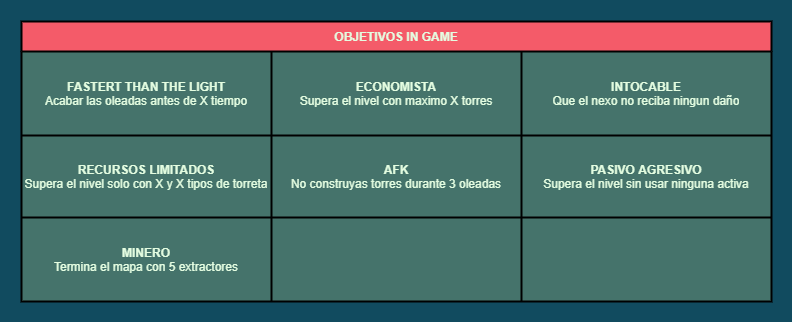
Before: Docs/Design Charts/Objectives.png, a diagram exported from draw.io (David-Goru/WeDoGames). Source tidied: cells renumbered, new cells last; positions are measured from the earlier drawing's top-left corner, leaving out a move shared by most shapes. Source of this version:
```xml
<mxGraphModel background="#114B5F">
  <root>
    <mxCell id="0" />
    <mxCell id="1" parent="0" />
    <mxCell id="2" value="OBJETIVOS IN GAME" style="shape=table;html=1;whiteSpace=wrap;startSize=30;fontStyle=1;align=center;rounded=0;sketch=0;fontColor=#E4FDE1;fillColor=#F45B69;swimlaneFillColor=#45736B;strokeWidth=2;" parent="1" vertex="1">
      <mxGeometry width="750" height="280" as="geometry" />
    </mxCell>
    <mxCell id="3" style="shape=partialRectangle;html=1;whiteSpace=wrap;fillColor=none;top=0;left=0;bottom=0;right=0;strokeColor=#028090;fontColor=#E4FDE1;" parent="2" vertex="1">
      <mxGeometry y="30" width="750" height="84" as="geometry" />
    </mxCell>
    <mxCell id="4" value="&lt;b&gt;FASTERT THAN THE LIGHT&lt;/b&gt;&lt;br&gt;Acabar las oleadas antes de X tiempo" style="shape=partialRectangle;html=1;whiteSpace=wrap;fillColor=none;top=0;left=0;bottom=0;right=0;overflow=hidden;strokeColor=#028090;fontColor=#E4FDE1;" parent="3" vertex="1">
      <mxGeometry width="250" height="84" as="geometry" />
    </mxCell>
    <mxCell id="5" value="&lt;b&gt;ECONOMISTA&lt;/b&gt;&lt;br&gt;Supera el nivel con maximo X torres" style="shape=partialRectangle;html=1;whiteSpace=wrap;fillColor=none;top=0;left=0;bottom=0;right=0;overflow=hidden;strokeColor=#028090;fontColor=#E4FDE1;" parent="3" vertex="1">
      <mxGeometry x="250" width="250" height="84" as="geometry" />
    </mxCell>
    <mxCell id="6" value="&lt;b&gt;INTOCABLE&lt;/b&gt;&lt;br&gt;Que el nexo no reciba ningun daño" style="shape=partialRectangle;html=1;whiteSpace=wrap;fillColor=none;top=0;left=0;bottom=0;right=0;overflow=hidden;strokeColor=#028090;fontColor=#E4FDE1;" parent="3" vertex="1">
      <mxGeometry x="500" width="250" height="84" as="geometry" />
    </mxCell>
    <mxCell id="7" style="shape=partialRectangle;html=1;whiteSpace=wrap;fillColor=none;top=0;left=0;bottom=0;right=0;strokeColor=#028090;fontColor=#E4FDE1;" parent="2" vertex="1">
      <mxGeometry y="114" width="750" height="82" as="geometry" />
    </mxCell>
    <mxCell id="8" value="&lt;b&gt;RECURSOS LIMITADOS&lt;/b&gt;&lt;br&gt;Supera el nivel solo con X y X tipos de torreta" style="shape=partialRectangle;html=1;whiteSpace=wrap;fillColor=none;top=0;left=0;bottom=0;right=0;overflow=hidden;strokeColor=#028090;fontColor=#E4FDE1;" parent="7" vertex="1">
      <mxGeometry width="250" height="82" as="geometry" />
    </mxCell>
    <mxCell id="9" value="&lt;b&gt;AFK&lt;br&gt;&lt;/b&gt;No construyas torres durante 3 oleadas" style="shape=partialRectangle;html=1;whiteSpace=wrap;fillColor=none;top=0;left=0;bottom=0;right=0;overflow=hidden;strokeColor=#028090;fontColor=#E4FDE1;" parent="7" vertex="1">
      <mxGeometry x="250" width="250" height="82" as="geometry" />
    </mxCell>
    <mxCell id="10" value="&lt;b&gt;PASIVO AGRESIVO&lt;/b&gt;&lt;br&gt;Supera el nivel sin usar ninguna activa" style="shape=partialRectangle;html=1;whiteSpace=wrap;fillColor=none;top=0;left=0;bottom=0;right=0;overflow=hidden;strokeColor=#028090;fontColor=#E4FDE1;" parent="7" vertex="1">
      <mxGeometry x="500" width="250" height="82" as="geometry" />
    </mxCell>
    <mxCell id="11" style="shape=partialRectangle;html=1;whiteSpace=wrap;fillColor=none;top=0;left=0;bottom=0;right=0;strokeColor=#028090;fontColor=#E4FDE1;" parent="2" vertex="1">
      <mxGeometry y="196" width="750" height="84" as="geometry" />
    </mxCell>
    <mxCell id="12" value="&lt;b&gt;MINERO&lt;/b&gt;&lt;br&gt;Termina el mapa con 5 extractores" style="shape=partialRectangle;html=1;whiteSpace=wrap;fillColor=none;top=0;left=0;bottom=0;right=0;overflow=hidden;strokeColor=#028090;fontColor=#E4FDE1;" parent="11" vertex="1">
      <mxGeometry width="250" height="84" as="geometry" />
    </mxCell>
    <mxCell id="13" style="shape=partialRectangle;html=1;whiteSpace=wrap;fillColor=none;top=0;left=0;bottom=0;right=0;overflow=hidden;strokeColor=#028090;fontColor=#E4FDE1;" parent="11" vertex="1">
      <mxGeometry x="250" width="250" height="84" as="geometry" />
    </mxCell>
    <mxCell id="14" style="shape=partialRectangle;html=1;whiteSpace=wrap;fillColor=none;top=0;left=0;bottom=0;right=0;overflow=hidden;strokeColor=#028090;fontColor=#E4FDE1;" parent="11" vertex="1">
      <mxGeometry x="500" width="250" height="84" as="geometry" />
    </mxCell>
  </root>
</mxGraphModel>
```
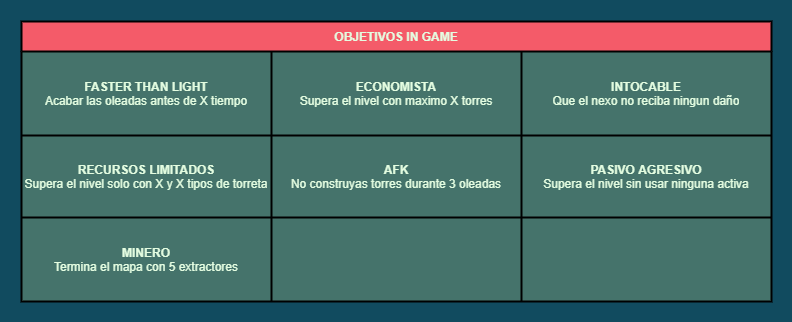
After the commit.

Commit message:
Removed "Fastert" from objectives chart

What changed in the source:
```diff
@@ -8,7 +8,7 @@
     <mxCell id="3" style="shape=partialRectangle;html=1;whiteSpace=wrap;fillColor=none;top=0;left=0;bottom=0;right=0;strokeColor=#028090;fontColor=#E4FDE1;" parent="2" vertex="1">
       <mxGeometry y="30" width="750" height="84" as="geometry" />
     </mxCell>
-    <mxCell id="4" value="&lt;b&gt;FASTERT THAN THE LIGHT&lt;/b&gt;&lt;br&gt;Acabar las oleadas antes de X tiempo" style="shape=partialRectangle;html=1;whiteSpace=wrap;fillColor=none;top=0;left=0;bottom=0;right=0;overflow=hidden;strokeColor=#028090;fontColor=#E4FDE1;" parent="3" vertex="1">
+    <mxCell id="4" value="&lt;b&gt;FASTER THAN LIGHT&lt;/b&gt;&lt;br&gt;Acabar las oleadas antes de X tiempo" style="shape=partialRectangle;html=1;whiteSpace=wrap;fillColor=none;top=0;left=0;bottom=0;right=0;overflow=hidden;strokeColor=#028090;fontColor=#E4FDE1;" parent="3" vertex="1">
       <mxGeometry width="250" height="84" as="geometry" />
     </mxCell>
     <mxCell id="5" value="&lt;b&gt;ECONOMISTA&lt;/b&gt;&lt;br&gt;Supera el nivel con maximo X torres" style="shape=partialRectangle;html=1;whiteSpace=wrap;fillColor=none;top=0;left=0;bottom=0;right=0;overflow=hidden;strokeColor=#028090;fontColor=#E4FDE1;" parent="3" vertex="1">
```
